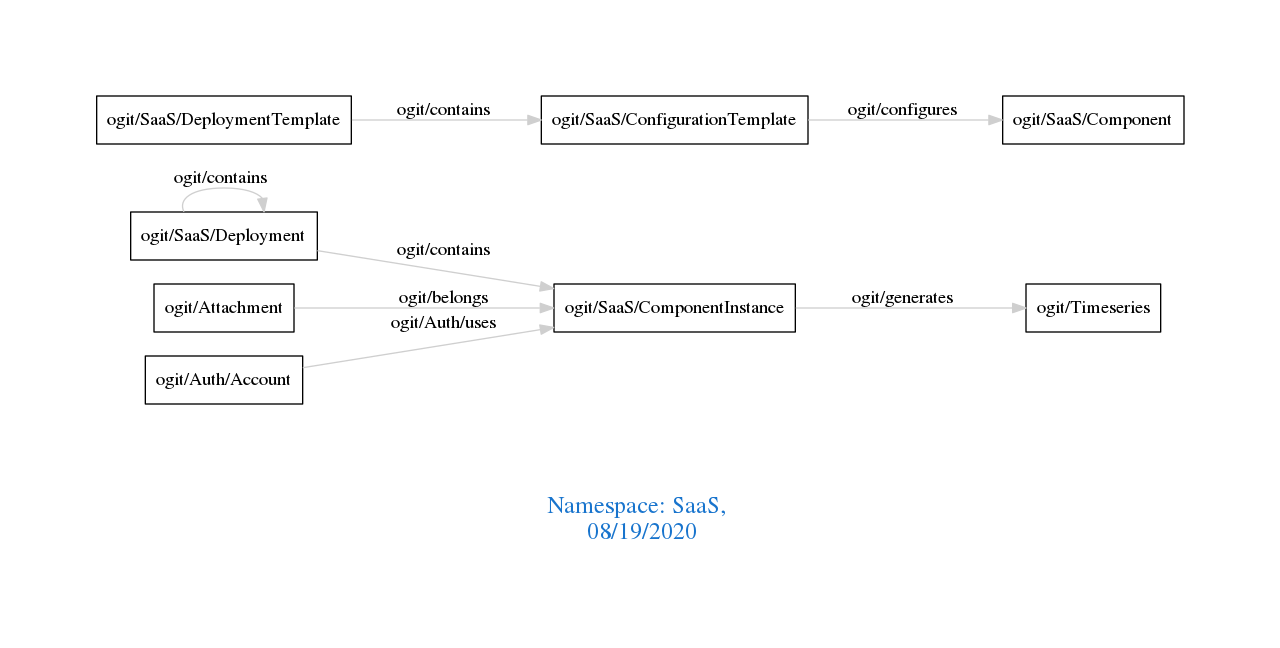
Before: downloads/SaaS.png, a diagram exported from Graphviz (arago/OGIT). Its source is kept beside it as downloads/SaaS.dot.
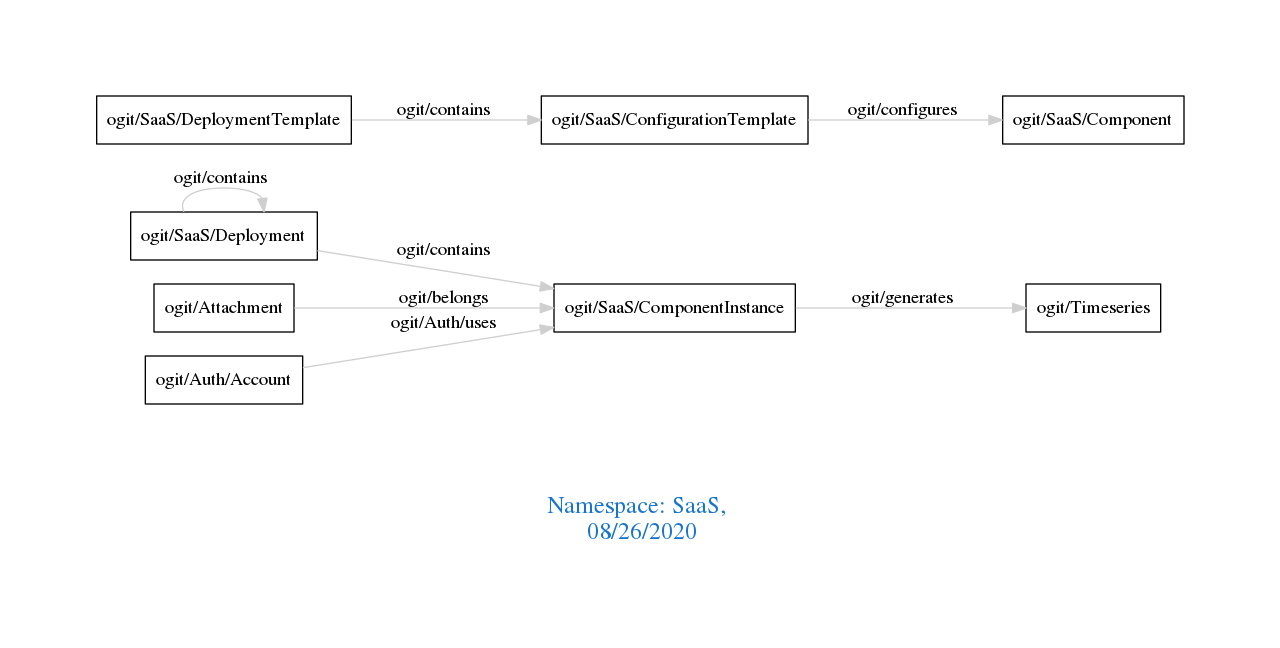
After the change.

The edit, as a diff of the source:
```diff
@@ -1,7 +1,7 @@
 digraph OGIT_ontology {
  graph [ rankdir= LR,pad=1
 fontsize = 18,
-fontcolor= dodgerblue3,label = "\n\n\nNamespace: SaaS, \n 08/19/2020"];
+fontcolor= dodgerblue3,label = "\n\n\nNamespace: SaaS, \n 08/26/2020"];
 node[shape=polygon];
 edge [  color="gray81"];
 
```
